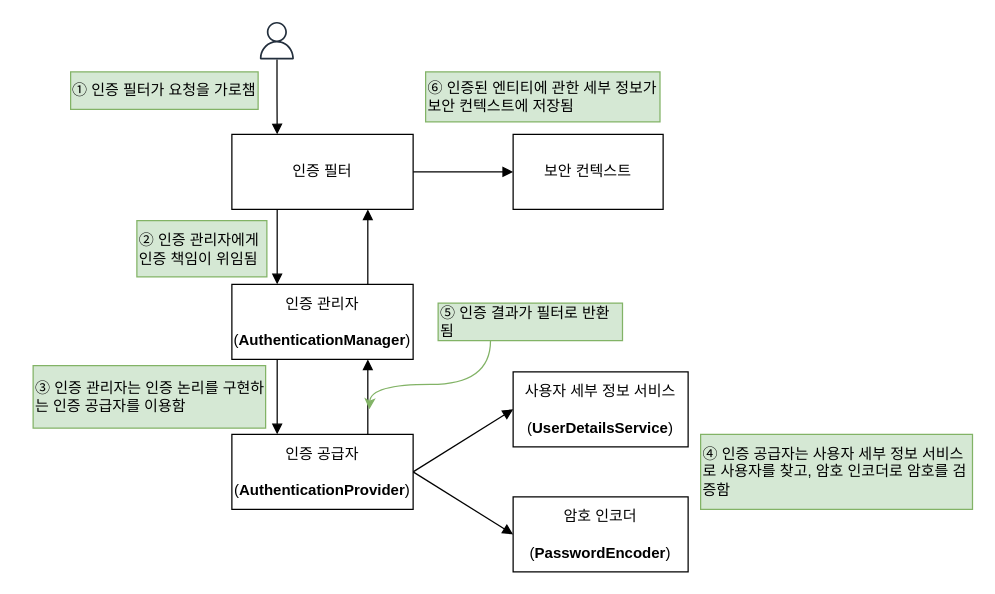
Before: assets/img/dev/2023/1112/security.drawio in assu10/assu10.github.io, a draw.io diagram. Source tidied: cells renumbered, new cells numbered last; positions are measured from the earlier drawing's top-left corner, leaving out a move shared by most shapes. Both pictures are drawn from the tidied source at 125%, with x=0, y=0 at pixel (32, 21).
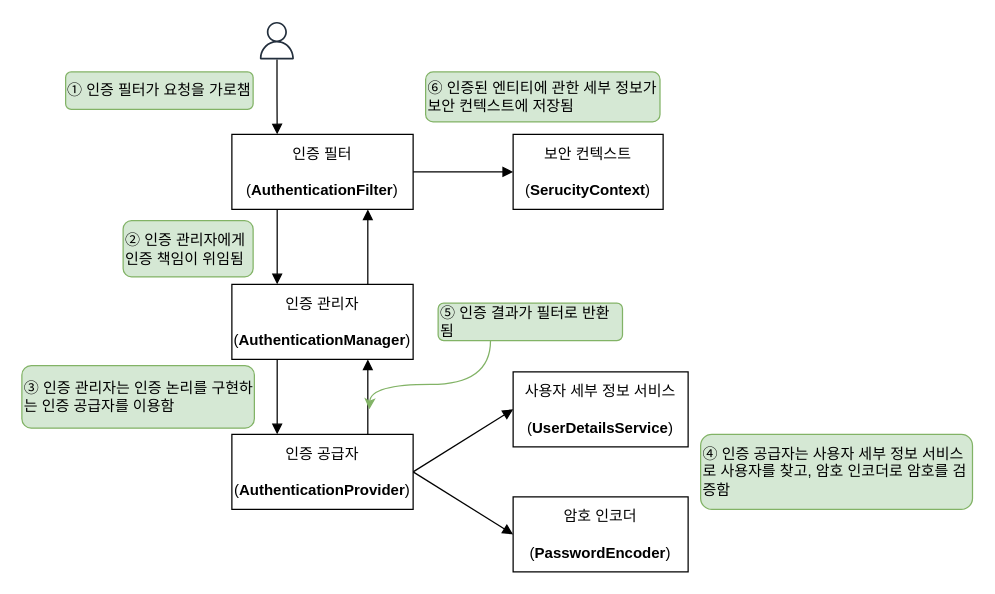
The same diagram, later.

What changed in the source:
```diff
@@
-    <mxCell id="6" value="인증 필터" style="rounded=0;whiteSpace=wrap;html=1;" parent="1" vertex="1">
+    <mxCell id="6" value="인증 필터&lt;br&gt;&lt;br&gt;(&lt;b&gt;AuthenticationFilter&lt;/b&gt;)" style="rounded=0;whiteSpace=wrap;html=1;" parent="1" vertex="1">
       <mxGeometry x="159" y="90" width="145" height="60" as="geometry" />
     </mxCell>
@@
-    <mxCell id="14" value="보안 컨텍스트" style="rounded=0;whiteSpace=wrap;html=1;" parent="1" vertex="1">
+    <mxCell id="14" value="보안 컨텍스트&lt;br&gt;&lt;br&gt;(&lt;b&gt;SerucityContext&lt;/b&gt;)" style="rounded=0;whiteSpace=wrap;html=1;" parent="1" vertex="1">
       <mxGeometry x="384" y="90" width="120" height="60" as="geometry" />
     </mxCell>
@@
-    <mxCell id="17" value="① 인증 필터가 요청을 가로챔" style="text;html=1;strokeColor=#82b366;fillColor=#d5e8d4;align=center;verticalAlign=middle;whiteSpace=wrap;rounded=0;" parent="1" vertex="1">
-      <mxGeometry x="30" y="40" width="150" height="30" as="geometry" />
+    <mxCell id="17" value="① 인증 필터가 요청을 가로챔" style="text;html=1;strokeColor=#82b366;fillColor=#d5e8d4;align=center;verticalAlign=middle;whiteSpace=wrap;rounded=1;glass=0;" parent="1" vertex="1">
+      <mxGeometry x="26" y="40" width="150" height="30" as="geometry" />
     </mxCell>
-    <mxCell id="18" value="② 인증 관리자에게 &lt;br&gt;인증 책임이 위임됨" style="text;html=1;strokeColor=#82b366;fillColor=#d5e8d4;align=left;verticalAlign=middle;whiteSpace=wrap;rounded=0;" parent="1" vertex="1">
-      <mxGeometry x="83" y="159" width="104" height="45" as="geometry" />
+    <mxCell id="18" value="② 인증 관리자에게 &lt;br&gt;인증 책임이 위임됨" style="text;html=1;strokeColor=#82b366;fillColor=#d5e8d4;align=left;verticalAlign=middle;whiteSpace=wrap;rounded=1;" parent="1" vertex="1">
+      <mxGeometry x="72" y="159" width="104" height="45" as="geometry" />
     </mxCell>
-    <mxCell id="19" value="③ 인증 관리자는 인증 논리를 구현하는 인증 공급자를 이용함" style="text;html=1;strokeColor=#82b366;fillColor=#d5e8d4;align=left;verticalAlign=middle;whiteSpace=wrap;rounded=0;" parent="1" vertex="1">
-      <mxGeometry y="275" width="186" height="50" as="geometry" />
+    <mxCell id="19" value="③ 인증 관리자는 인증 논리를 구현하는 인증 공급자를 이용함" style="text;html=1;strokeColor=#82b366;fillColor=#d5e8d4;align=left;verticalAlign=middle;whiteSpace=wrap;rounded=1;" parent="1" vertex="1">
+      <mxGeometry x="-9" y="275" width="186" height="50" as="geometry" />
     </mxCell>
-    <mxCell id="20" value="④ 인증 공급자는 사용자 세부 정보 서비스로 사용자를 찾고, 암호 인코더로 암호를 검증함" style="text;html=1;strokeColor=#82b366;fillColor=#d5e8d4;align=left;verticalAlign=middle;whiteSpace=wrap;rounded=0;" parent="1" vertex="1">
+    <mxCell id="20" value="④ 인증 공급자는 사용자 세부 정보 서비스로 사용자를 찾고, 암호 인코더로 암호를 검증함" style="text;html=1;strokeColor=#82b366;fillColor=#d5e8d4;align=left;verticalAlign=middle;whiteSpace=wrap;rounded=1;" parent="1" vertex="1">
       <mxGeometry x="534" y="330" width="217.5" height="60" as="geometry" />
     </mxCell>
@@
-    <mxCell id="22" value="⑤ 인증 결과가 필터로 반환됨" style="text;html=1;strokeColor=#82b366;fillColor=#d5e8d4;align=left;verticalAlign=middle;whiteSpace=wrap;rounded=0;" parent="1" vertex="1">
+    <mxCell id="22" value="⑤ 인증 결과가 필터로 반환됨" style="text;html=1;strokeColor=#82b366;fillColor=#d5e8d4;align=left;verticalAlign=middle;whiteSpace=wrap;rounded=1;" parent="1" vertex="1">
       <mxGeometry x="324" y="225" width="147.5" height="30" as="geometry" />
     </mxCell>
-    <mxCell id="23" value="⑥ 인증된 엔티티에 관한 세부 정보가 보안 컨텍스트에 저장됨" style="text;html=1;strokeColor=#82b366;fillColor=#d5e8d4;align=left;verticalAlign=middle;whiteSpace=wrap;rounded=0;" parent="1" vertex="1">
+    <mxCell id="23" value="⑥ 인증된 엔티티에 관한 세부 정보가 보안 컨텍스트에 저장됨" style="text;html=1;strokeColor=#82b366;fillColor=#d5e8d4;align=left;verticalAlign=middle;whiteSpace=wrap;rounded=1;" parent="1" vertex="1">
       <mxGeometry x="314" y="40" width="187.5" height="40" as="geometry" />
     </mxCell>
```
